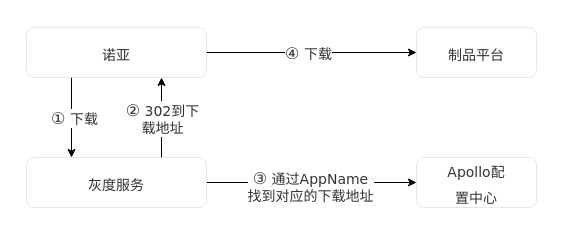
The draw.io diagram page "pp 灰度发布" (3 of 12) of Untitled Diagram.drawio in maxuewen/draw.io, before the edit. Source tidied: cells renumbered, new cells numbered last; positions are measured from the earlier drawing's top-left corner, leaving out a move shared by most shapes. Both pictures are drawn from the tidied source at 100%, with x=0, y=0 at pixel (26, 27).
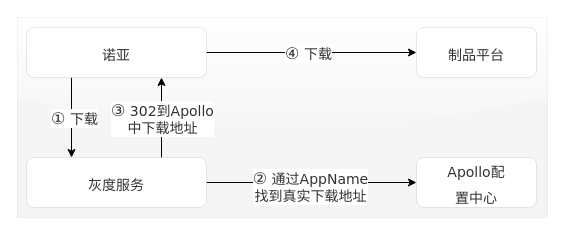
Above is the later version.

Diff of the diagram source:
```diff
@@
 <mxGraphModel>
   <root>
     <mxCell id="0" />
     <mxCell id="1" parent="0" />
+    <mxCell id="14" style="rounded=0;whiteSpace=wrap;html=1;glass=1;strokeWidth=0;fillColor=#f5f5f5;fontColor=#333333;strokeColor=#666666;" parent="1" vertex="1">
+      <mxGeometry x="-9" y="-10" width="530" height="200" as="geometry" />
+    </mxCell>
     <mxCell id="2" style="edgeStyle=orthogonalEdgeStyle;rounded=0;jettySize=auto;html=1;exitX=0.25;exitY=1;exitDx=0;exitDy=0;entryX=0.25;entryY=0;entryDx=0;entryDy=0;fontFamily=Verdana;fontSize=14;fontColor=#333333;startArrow=none;startFill=0;" parent="1" edge="1" source="6" target="11">
       <mxGeometry relative="1" as="geometry" />
     </mxCell>
     <mxCell id="3" value="&lt;span style=&quot;font-family: &amp;quot;Microsoft Yahei&amp;quot;, Helvetica, Arial, sans-serif; font-size: 16px; text-align: start;&quot;&gt;①&amp;nbsp;&lt;/span&gt;下载" style="edgeLabel;html=1;align=center;verticalAlign=middle;fontSize=14;fontFamily=Verdana;fontColor=#333333;" parent="2" vertex="1">
       <mxGeometry x="-0.03" y="2" relative="1" as="geometry">
         <mxPoint y="1" as="offset" />
       </mxGeometry>
     </mxCell>
     <mxCell id="4" style="edgeStyle=orthogonalEdgeStyle;rounded=0;jettySize=auto;html=1;exitX=1;exitY=0.5;exitDx=0;exitDy=0;entryX=0;entryY=0.5;entryDx=0;entryDy=0;fontFamily=Verdana;fontSize=14;fontColor=#333333;startArrow=none;startFill=0;" parent="1" edge="1" source="6" target="13">
       <mxGeometry relative="1" as="geometry" />
     </mxCell>
     <mxCell id="5" value="&lt;span style=&quot;font-family: &amp;quot;Microsoft Yahei&amp;quot;, Helvetica, Arial, sans-serif; font-size: 16px; text-align: start;&quot;&gt;④&amp;nbsp;&lt;/span&gt;下载" style="edgeLabel;html=1;align=center;verticalAlign=middle;fontSize=14;fontFamily=Verdana;fontColor=#333333;" parent="4" vertex="1">
       <mxGeometry x="-0.04" relative="1" as="geometry" />
     </mxCell>
     <mxCell id="6" value="&lt;font style=&quot;font-size: 14px;&quot;&gt;诺亚&lt;/font&gt;" style="rounded=1;whiteSpace=wrap;html=1;labelBackgroundColor=none;strokeWidth=0;fontSize=21;fontColor=#333333;gradientColor=none;" parent="1" vertex="1">
       <mxGeometry width="180" height="50" as="geometry" />
     </mxCell>
     <mxCell id="7" style="edgeStyle=orthogonalEdgeStyle;rounded=0;jettySize=auto;html=1;entryX=0;entryY=0.5;entryDx=0;entryDy=0;fontFamily=Verdana;fontSize=14;fontColor=#333333;startArrow=none;startFill=0;" parent="1" edge="1" source="11" target="12">
       <mxGeometry relative="1" as="geometry" />
     </mxCell>
-    <mxCell id="8" value="&lt;span style=&quot;font-family: &amp;quot;Microsoft Yahei&amp;quot;, Helvetica, Arial, sans-serif; font-size: 16px; text-align: start;&quot;&gt;③&amp;nbsp;&lt;/span&gt;通过AppName&lt;br&gt;找到对应的下载地址" style="edgeLabel;html=1;align=center;verticalAlign=middle;fontSize=14;fontFamily=Verdana;fontColor=#333333;" parent="7" vertex="1">
+    <mxCell id="8" value="&lt;span style=&quot;font-family: &amp;quot;Microsoft Yahei&amp;quot;, Helvetica, Arial, sans-serif; font-size: 16px; text-align: start;&quot;&gt;②&lt;/span&gt;&lt;span style=&quot;font-family: &amp;quot;Microsoft Yahei&amp;quot;, Helvetica, Arial, sans-serif; font-size: 16px; text-align: start;&quot;&gt;&amp;nbsp;&lt;/span&gt;通过AppName&lt;br&gt;找到真实下载地址" style="edgeLabel;html=1;align=center;verticalAlign=middle;fontSize=14;fontFamily=Verdana;fontColor=#333333;" parent="7" vertex="1">
       <mxGeometry x="-0.02" y="-3" relative="1" as="geometry" />
     </mxCell>
     <mxCell id="9" style="edgeStyle=orthogonalEdgeStyle;rounded=0;jettySize=auto;html=1;exitX=0.75;exitY=0;exitDx=0;exitDy=0;entryX=0.75;entryY=1;entryDx=0;entryDy=0;fontFamily=Verdana;fontSize=14;fontColor=#333333;startArrow=none;startFill=0;" parent="1" edge="1" source="11" target="6">
       <mxGeometry relative="1" as="geometry" />
     </mxCell>
-    <mxCell id="10" value="&lt;span style=&quot;font-family: &amp;quot;Microsoft Yahei&amp;quot;, Helvetica, Arial, sans-serif; font-size: 16px; text-align: start;&quot;&gt;②&amp;nbsp;&lt;/span&gt;302到下&lt;br&gt;载地址" style="edgeLabel;html=1;align=center;verticalAlign=middle;fontSize=14;fontFamily=Verdana;fontColor=#333333;" parent="9" vertex="1">
+    <mxCell id="10" value="&lt;span style=&quot;font-family: &amp;quot;Microsoft Yahei&amp;quot;, Helvetica, Arial, sans-serif; font-size: 16px; text-align: start;&quot;&gt;③&lt;/span&gt;&lt;span style=&quot;font-family: &amp;quot;Microsoft Yahei&amp;quot;, Helvetica, Arial, sans-serif; font-size: 16px; text-align: start;&quot;&gt;&amp;nbsp;&lt;/span&gt;302到Apollo&lt;br&gt;中下载地址" style="edgeLabel;html=1;align=center;verticalAlign=middle;fontSize=14;fontFamily=Verdana;fontColor=#333333;" parent="9" vertex="1">
       <mxGeometry x="-0.38" relative="1" as="geometry">
         <mxPoint y="-15" as="offset" />
       </mxGeometry>
     </mxCell>
     <mxCell id="11" value="&lt;span style=&quot;font-size: 14px;&quot;&gt;灰度服务&lt;/span&gt;" style="rounded=1;whiteSpace=wrap;html=1;labelBackgroundColor=none;strokeWidth=0;fontSize=21;fontColor=#333333;gradientColor=none;" parent="1" vertex="1">
       <mxGeometry y="130" width="180" height="50" as="geometry" />
     </mxCell>
     <mxCell id="12" value="&lt;span style=&quot;font-size: 14px;&quot;&gt;&lt;font face=&quot;Verdana&quot;&gt;Apollo配&lt;br&gt;置中心&lt;/font&gt;&lt;/span&gt;" style="rounded=1;whiteSpace=wrap;html=1;labelBackgroundColor=none;strokeWidth=0;fontSize=21;fontColor=#333333;gradientColor=none;" parent="1" vertex="1">
       <mxGeometry x="390" y="130" width="120" height="50" as="geometry" />
     </mxCell>
     <mxCell id="13" value="&lt;span style=&quot;font-size: 14px;&quot;&gt;制品平台&lt;/span&gt;" style="rounded=1;whiteSpace=wrap;html=1;labelBackgroundColor=none;strokeWidth=0;fontSize=21;fontColor=#333333;gradientColor=none;" parent="1" vertex="1">
       <mxGeometry x="390" width="120" height="50" as="geometry" />
     </mxCell>
   </root>
 </mxGraphModel>
```
